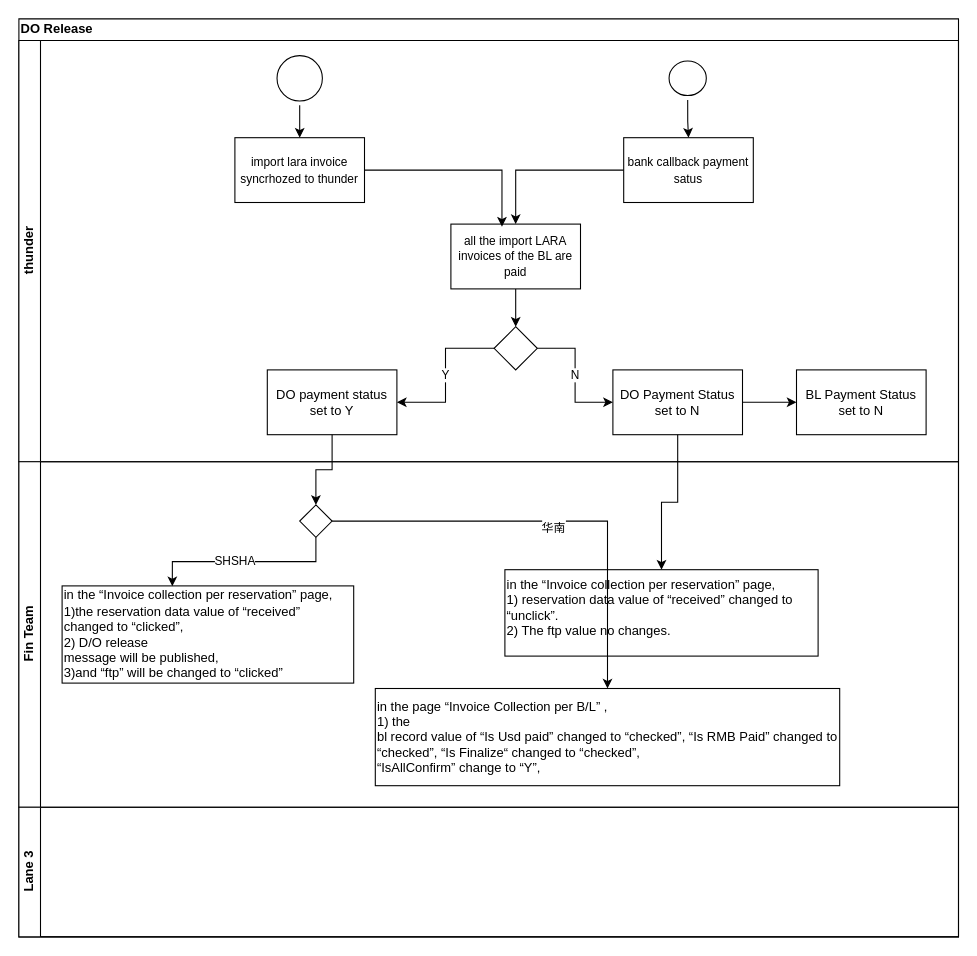
yi2003/diagram keeps this draw.io diagram as do release.drawio. Above is the earlier version. Source tidied: cells renumbered, new cells numbered last; positions are measured from the earlier drawing's top-left corner, leaving out a move shared by most shapes. Both pictures are drawn from the tidied source at 108%, with x=0, y=0 at pixel (18, 18).
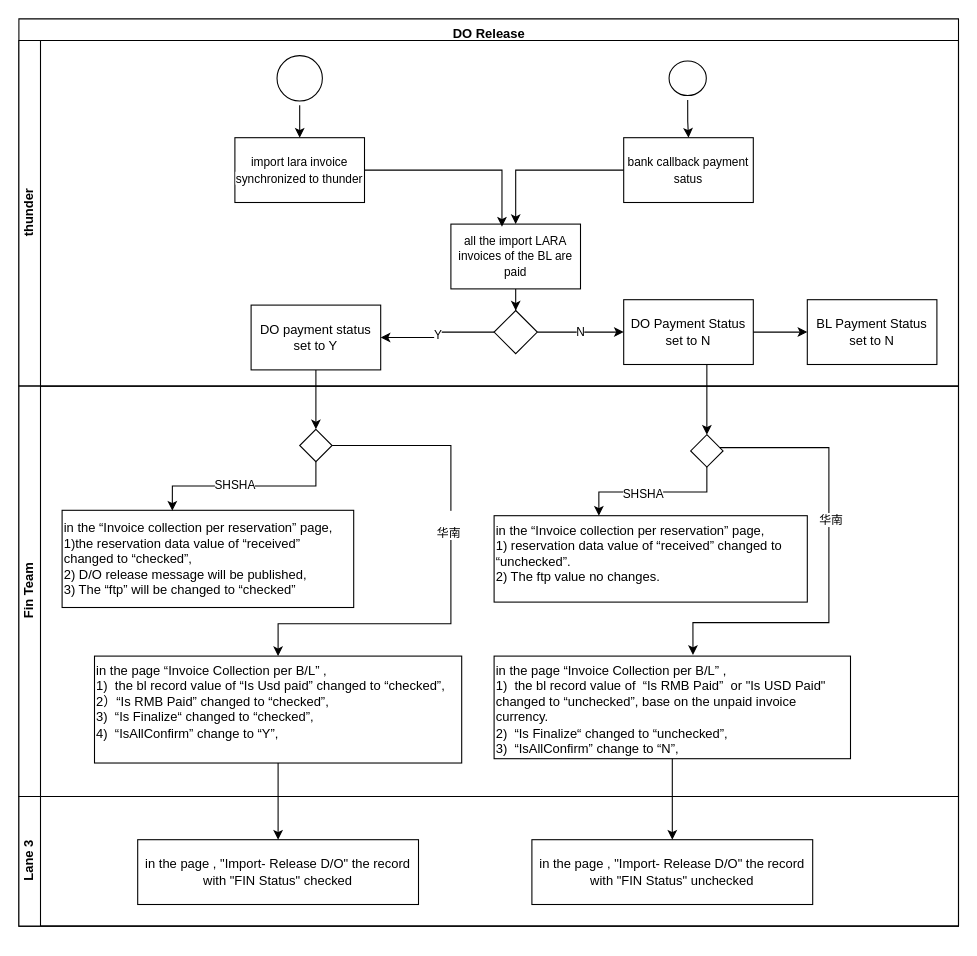
The same diagram, later.

The change refers to these unchanged cells:
```xml
<mxCell id="26" style="rhombus;whiteSpace=wrap;html=1;fillColor=none;strokeColor=default;fontColor=none;" parent="21" vertex="1">
  <mxGeometry x="260" y="40" width="30" height="30" as="geometry" />
</mxCell>
```

The edit, as a diff of the source:
```diff
@@
-    <mxCell id="2" value="DO Release" style="swimlane;horizontal=1;startSize=20;html=1;align=left;" parent="1" vertex="1">
-      <mxGeometry width="870" height="850" as="geometry" />
+    <mxCell id="2" value="DO Release" style="swimlane;horizontal=1;startSize=20;html=1;align=center;verticalAlign=top;" parent="1" vertex="1">
+      <mxGeometry width="870" height="840" as="geometry" />
     </mxCell>
     <mxCell id="3" value="thunder" style="swimlane;startSize=20;horizontal=0;html=1;" parent="2" vertex="1">
-      <mxGeometry y="20" width="870" height="390" as="geometry" />
+      <mxGeometry y="20" width="870" height="320" as="geometry" />
     </mxCell>
@@
-    <mxCell id="7" value="&lt;span style=&quot;font-size: 11px; background-color: rgb(255, 255, 255);&quot;&gt;import lara invoice syncrhozed to thunder&lt;/span&gt;" style="whiteSpace=wrap;html=1;fillColor=none;strokeColor=default;" parent="3" vertex="1">
+    <mxCell id="7" value="&lt;span style=&quot;font-size: 11px; background-color: rgb(255, 255, 255);&quot;&gt;import lara invoice synchronized to thunder&lt;/span&gt;" style="whiteSpace=wrap;html=1;fillColor=none;strokeColor=default;" parent="3" vertex="1">
       <mxGeometry x="200" y="90" width="120" height="60" as="geometry" />
     </mxCell>
@@
     <mxCell id="10" style="rhombus;whiteSpace=wrap;html=1;fillColor=none;strokeColor=default;" parent="3" vertex="1">
-      <mxGeometry x="440" y="265" width="40" height="40" as="geometry" />
+      <mxGeometry x="440" y="250" width="40" height="40" as="geometry" />
     </mxCell>
     <mxCell id="11" value="DO payment status set to Y" style="whiteSpace=wrap;html=1;fillColor=none;strokeColor=default;" parent="3" vertex="1">
-      <mxGeometry x="230" y="305" width="120" height="60" as="geometry" />
+      <mxGeometry x="215" y="245" width="120" height="60" as="geometry" />
     </mxCell>
@@
     <mxCell id="13" value="DO Payment Status set to N" style="whiteSpace=wrap;html=1;fillColor=none;strokeColor=default;" parent="3" vertex="1">
-      <mxGeometry x="550" y="305" width="120" height="60" as="geometry" />
+      <mxGeometry x="560" y="240" width="120" height="60" as="geometry" />
     </mxCell>
@@
     <mxCell id="20" value="BL Payment Status set to N" style="whiteSpace=wrap;html=1;fillColor=none;strokeColor=default;" parent="3" vertex="1">
-      <mxGeometry x="720" y="305" width="120" height="60" as="geometry" />
+      <mxGeometry x="730" y="240" width="120" height="60" as="geometry" />
     </mxCell>
     <mxCell id="21" value="Fin Team" style="swimlane;startSize=20;horizontal=0;html=1;" parent="2" vertex="1">
-      <mxGeometry y="410" width="870" height="320" as="geometry" />
+      <mxGeometry y="340" width="870" height="380" as="geometry" />
     </mxCell>
-    <mxCell id="22" value="&lt;span lang=&quot;EN-US&quot;&gt;in the “Invoice collection per reservation” page,&lt;br&gt;1)the reservation data value of “received” changed to “clicked”, &lt;br&gt;2) D/O release&lt;br&gt;message will be published, &lt;br&gt;&lt;div style=&quot;&quot;&gt;&lt;span style=&quot;background-color: initial;&quot;&gt;3)and “ftp” will be changed to “clicked”&lt;/span&gt;&lt;/div&gt;&lt;/span&gt;" style="whiteSpace=wrap;html=1;fillColor=none;strokeColor=default;align=left;" parent="21" vertex="1">
+    <mxCell id="22" value="&lt;span lang=&quot;EN-US&quot;&gt;in the “Invoice collection per reservation” page,&lt;br&gt;1)the reservation data value of “received” changed to “checked”, &lt;br&gt;2) D/O release message will be published, &lt;br&gt;&lt;div style=&quot;&quot;&gt;&lt;span style=&quot;background-color: initial;&quot;&gt;3) The “ftp” will be changed to “&lt;/span&gt;checked&lt;span style=&quot;background-color: initial;&quot;&gt;”&lt;/span&gt;&lt;/div&gt;&lt;/span&gt;" style="whiteSpace=wrap;html=1;fillColor=none;strokeColor=default;align=left;" parent="21" vertex="1">
       <mxGeometry x="40" y="115" width="270" height="90" as="geometry" />
     </mxCell>
-    <mxCell id="23" value="&lt;span lang=&quot;EN-US&quot;&gt;in the “Invoice collection per reservation” page,&lt;br&gt;1) reservation data value of “received” changed to&lt;br&gt;“unclick”.&lt;br&gt;2) The ftp value no changes.&lt;/span&gt;" style="whiteSpace=wrap;html=1;fillColor=none;strokeColor=default;align=left;verticalAlign=top;" parent="21" vertex="1">
-      <mxGeometry x="450" y="100" width="290" height="80" as="geometry" />
+    <mxCell id="23" value="&lt;span lang=&quot;EN-US&quot;&gt;in the “Invoice collection per reservation” page,&lt;br&gt;1) reservation data value of “received” changed to&lt;br&gt;“unchecked”.&lt;br&gt;2) The ftp value no changes.&lt;/span&gt;" style="whiteSpace=wrap;html=1;fillColor=none;strokeColor=default;align=left;verticalAlign=top;" parent="21" vertex="1">
+      <mxGeometry x="440" y="120" width="290" height="80" as="geometry" />
     </mxCell>
@@
-    <mxCell id="27" value="&lt;span lang=&quot;EN-US&quot;&gt;in the page “Invoice Collection per B/L” , &lt;br&gt;1) the&lt;br&gt;bl record value of “Is Usd paid” changed to “checked”, “Is RMB Paid” changed to&lt;br&gt;“checked”, “Is Finalize&lt;/span&gt;&lt;span&gt;“ &lt;span lang=&quot;EN-US&quot;&gt;changed to “checked”,&lt;br&gt;“IsAllConfirm” change to “Y”,&lt;/span&gt;&lt;/span&gt;" style="rounded=0;whiteSpace=wrap;html=1;strokeColor=default;fontColor=none;fillColor=none;align=left;" parent="21" vertex="1">
-      <mxGeometry x="330" y="210" width="430" height="90" as="geometry" />
+    <mxCell id="27" value="&lt;span lang=&quot;EN-US&quot;&gt;in the page “Invoice Collection per B/L” , &lt;br&gt;1)&amp;nbsp; the bl record value of “Is Usd paid” changed to “checked”, &lt;br&gt;2）“Is RMB Paid” changed to “checked”, &lt;br&gt;3)&amp;nbsp; “Is Finalize&lt;/span&gt;&lt;span&gt;“ &lt;span lang=&quot;EN-US&quot;&gt;changed to “checked”,&lt;br&gt;4)&amp;nbsp; “IsAllConfirm” change to “Y”,&lt;/span&gt;&lt;/span&gt;" style="rounded=0;whiteSpace=wrap;html=1;strokeColor=default;fontColor=none;fillColor=none;align=left;verticalAlign=top;" parent="21" vertex="1">
+      <mxGeometry x="70" y="250" width="340" height="99" as="geometry" />
     </mxCell>
-    <mxCell id="28" value="&lt;br&gt;&lt;span&gt;华南&lt;/span&gt;&lt;br&gt;" style="edgeStyle=orthogonalEdgeStyle;rounded=0;jettySize=auto;html=1;fontColor=none;" parent="21" edge="1" source="26" target="27">
-      <mxGeometry relative="1" as="geometry" />
+    <mxCell id="28" value="&lt;br&gt;&lt;span&gt;华南&lt;/span&gt;&lt;br&gt;" style="edgeStyle=orthogonalEdgeStyle;rounded=0;jettySize=auto;html=1;fontColor=none;entryX=0.5;entryY=0;entryDx=0;entryDy=0;" parent="21" edge="1" source="26" target="27">
+      <mxGeometry x="-0.21" y="-2" relative="1" as="geometry">
+        <Array as="points">
+          <mxPoint x="400" y="55" />
+          <mxPoint x="400" y="220" />
+          <mxPoint x="240" y="220" />
+        </Array>
+      </mxGeometry>
     </mxCell>
+    <mxCell id="32" style="edgeStyle=orthogonalEdgeStyle;rounded=0;jettySize=auto;html=1;fontColor=none;" parent="21" edge="1" source="36" target="23">
+      <mxGeometry relative="1" as="geometry">
+        <Array as="points">
+          <mxPoint x="637" y="98" />
+          <mxPoint x="537" y="98" />
+        </Array>
+      </mxGeometry>
+    </mxCell>
+    <mxCell id="33" value="SHSHA" style="edgeLabel;html=1;align=center;verticalAlign=middle;fontColor=none;" parent="32" vertex="1">
+      <mxGeometry x="0.14" y="1" relative="1" as="geometry" />
+    </mxCell>
+    <mxCell id="34" style="edgeStyle=orthogonalEdgeStyle;rounded=0;jettySize=auto;html=1;fontColor=none;entryX=0.558;entryY=-0.011;entryDx=0;entryDy=0;entryPerimeter=0;" parent="21" edge="1" source="36" target="37">
+      <mxGeometry relative="1" as="geometry">
+        <Array as="points">
+          <mxPoint x="750" y="57" />
+          <mxPoint x="750" y="219" />
+          <mxPoint x="624" y="219" />
+        </Array>
+      </mxGeometry>
+    </mxCell>
+    <mxCell id="35" value="华南" style="edgeLabel;html=1;align=center;verticalAlign=middle;fontColor=none;" parent="34" vertex="1">
+      <mxGeometry x="-0.51" y="-4" relative="1" as="geometry">
+        <mxPoint x="5" y="64" as="offset" />
+      </mxGeometry>
+    </mxCell>
+    <mxCell id="36" style="rhombus;whiteSpace=wrap;html=1;fillColor=none;strokeColor=default;fontColor=none;" parent="21" vertex="1">
+      <mxGeometry x="622" y="45" width="30" height="30" as="geometry" />
+    </mxCell>
+    <mxCell id="37" value="&lt;span lang=&quot;EN-US&quot;&gt;in the page “Invoice Collection per B/L” ,&lt;br&gt;1)&amp;nbsp; the bl record value of&amp;nbsp; “Is RMB Paid”&amp;nbsp; or &quot;Is USD Paid&quot; changed to “unchecked”, base on the unpaid invoice currency.&lt;br&gt;2)&amp;nbsp; “Is Finalize&lt;/span&gt;“&amp;nbsp;&lt;span lang=&quot;EN-US&quot;&gt;changed to “unchecked”,&lt;br&gt;3)&amp;nbsp; “IsAllConfirm” change to “N”,&lt;/span&gt;" style="rounded=0;whiteSpace=wrap;html=1;strokeColor=default;fontColor=none;fillColor=none;align=left;verticalAlign=top;" parent="21" vertex="1">
+      <mxGeometry x="440" y="250" width="330" height="95" as="geometry" />
+    </mxCell>
     <mxCell id="29" value="Lane 3" style="swimlane;startSize=20;horizontal=0;html=1;" parent="2" vertex="1">
-      <mxGeometry y="730" width="870" height="120" as="geometry" />
+      <mxGeometry y="720" width="870" height="120" as="geometry" />
     </mxCell>
-    <mxCell id="30" style="edgeStyle=orthogonalEdgeStyle;rounded=0;jettySize=auto;html=1;" parent="2" edge="1" source="13" target="23">
-      <mxGeometry relative="1" as="geometry" />
-    </mxCell>
+    <mxCell id="38" value="&lt;span lang=&quot;EN-US&quot;&gt;in the page , &quot;Import- Release D/O&quot; the record with &quot;FIN Status&quot; checked&lt;/span&gt;" style="rounded=0;whiteSpace=wrap;html=1;strokeColor=default;fontColor=none;fillColor=none;" parent="29" vertex="1">
+      <mxGeometry x="110" y="40" width="260" height="60" as="geometry" />
+    </mxCell>
+    <mxCell id="39" value="&lt;span lang=&quot;EN-US&quot;&gt;in the page , &quot;Import- Release D/O&quot; the record with &quot;FIN Status&quot; unchecked&lt;/span&gt;" style="rounded=0;whiteSpace=wrap;html=1;strokeColor=default;fontColor=none;fillColor=none;" parent="29" vertex="1">
+      <mxGeometry x="475" y="40" width="260" height="60" as="geometry" />
+    </mxCell>
-    <mxCell id="31" style="edgeStyle=orthogonalEdgeStyle;rounded=0;jettySize=auto;html=1;entryX=0.5;entryY=0;entryDx=0;entryDy=0;fontColor=none;" parent="2" edge="1" source="11" target="26">
+    <mxCell id="31" style="edgeStyle=orthogonalEdgeStyle;rounded=0;jettySize=auto;html=1;fontColor=none;" parent="2" edge="1" source="11" target="26">
       <mxGeometry relative="1" as="geometry" />
     </mxCell>
+    <mxCell id="40" style="edgeStyle=orthogonalEdgeStyle;rounded=0;jettySize=auto;html=1;fontColor=none;" parent="2" edge="1" source="27" target="38">
+      <mxGeometry relative="1" as="geometry" />
+    </mxCell>
+    <mxCell id="41" style="edgeStyle=orthogonalEdgeStyle;rounded=0;jettySize=auto;html=1;entryX=0.5;entryY=0;entryDx=0;entryDy=0;fontColor=none;" parent="2" edge="1" source="13" target="36">
+      <mxGeometry relative="1" as="geometry">
+        <Array as="points">
+          <mxPoint x="637" y="345" />
+          <mxPoint x="637" y="345" />
+        </Array>
+      </mxGeometry>
+    </mxCell>
+    <mxCell id="42" style="edgeStyle=orthogonalEdgeStyle;rounded=0;jettySize=auto;html=1;fontColor=none;entryX=0.5;entryY=0;entryDx=0;entryDy=0;" parent="2" edge="1" source="37" target="39">
+      <mxGeometry relative="1" as="geometry" />
+    </mxCell>
```
